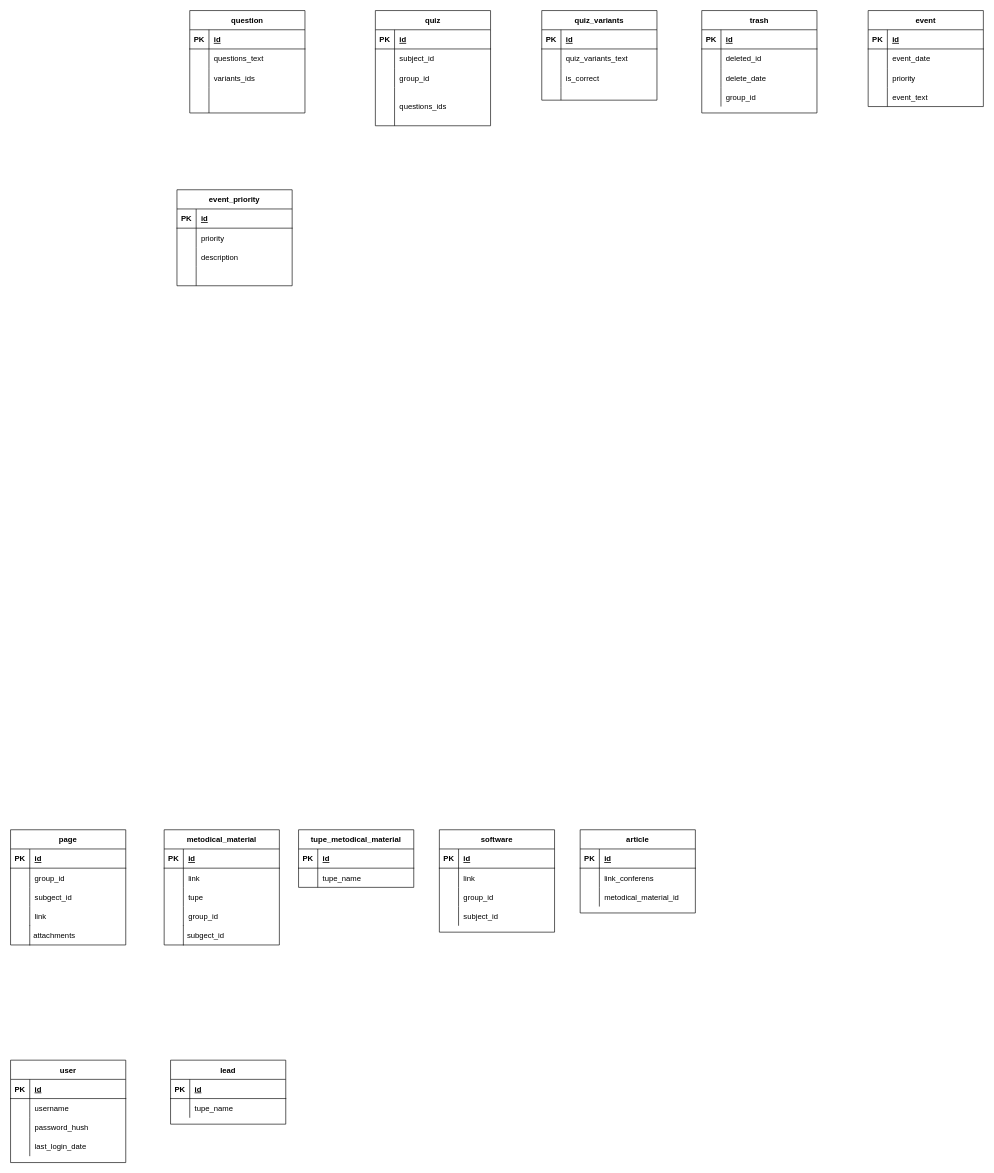
Above: Untitled Diagram.drawio in student-archive/backend (draw.io), before the change. Source tidied: cells renumbered, new cells numbered last; positions are measured from the earlier drawing's top-left corner, leaving out a move shared by most shapes. Both pictures are drawn from the tidied source at 64%, with x=0, y=0 at pixel (10, 10).
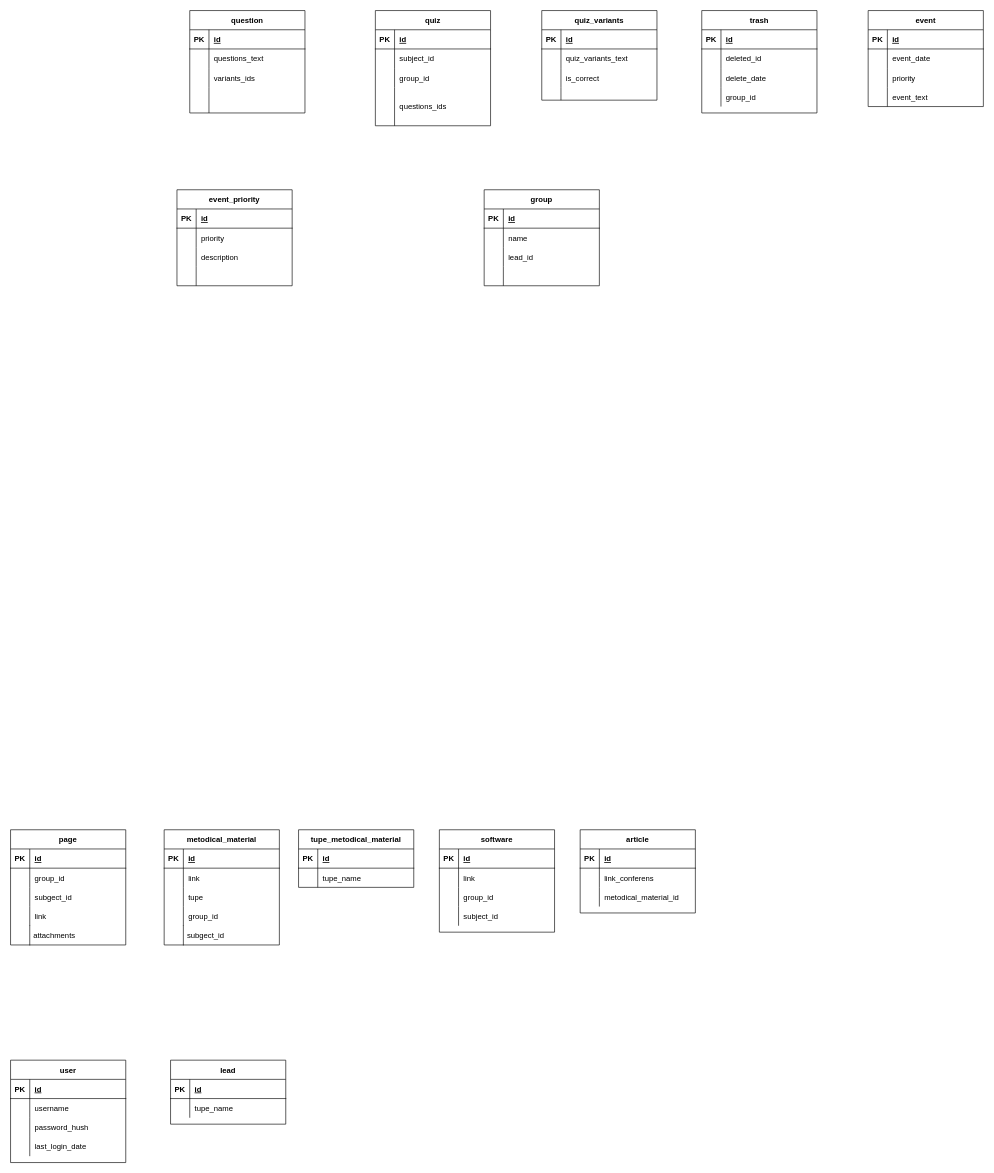
The same diagram, later.

Commit message:
feat(databases): add group table

The edit, as a diff of the source:
```diff
@@
+    <mxCell id="160" value="group" style="shape=table;startSize=30;childLayout=tableLayout;rowLines=0;fontStyle=1;align=center;" parent="1" vertex="1">
+      <mxGeometry x="740" y="280" width="180" height="150" as="geometry" />
+    </mxCell>
+    <mxCell id="161" style="shape=tableRow;horizontal=0;startSize=0;swimlaneHead=0;swimlaneBody=0;fillColor=none;top=0;left=0;right=0;bottom=1;" parent="160" vertex="1">
+      <mxGeometry y="30" width="180" height="30" as="geometry" />
+    </mxCell>
+    <mxCell id="162" value="PK" style="shape=partialRectangle;fillColor=none;top=0;left=0;bottom=0;right=0;fontStyle=1;overflow=hidden;" parent="161" vertex="1">
+      <mxGeometry width="30" height="30" as="geometry" />
+    </mxCell>
+    <mxCell id="163" value="id" style="shape=partialRectangle;fillColor=none;top=0;left=0;bottom=0;right=0;align=left;spacingLeft=6;fontStyle=5;overflow=hidden;" parent="161" vertex="1">
+      <mxGeometry x="30" width="150" height="30" as="geometry" />
+    </mxCell>
+    <mxCell id="164" style="shape=tableRow;horizontal=0;startSize=0;swimlaneHead=0;swimlaneBody=0;fillColor=none;top=0;left=0;right=0;bottom=0;" parent="160" vertex="1">
+      <mxGeometry y="60" width="180" height="30" as="geometry" />
+    </mxCell>
+    <mxCell id="165" style="shape=partialRectangle;fillColor=none;top=0;left=0;bottom=0;right=0;overflow=hidden;" parent="164" vertex="1">
+      <mxGeometry width="30" height="30" as="geometry" />
+    </mxCell>
+    <mxCell id="166" value="name" style="shape=partialRectangle;fillColor=none;top=0;left=0;bottom=0;right=0;align=left;spacingLeft=6;overflow=hidden;" parent="164" vertex="1">
+      <mxGeometry x="30" width="150" height="30" as="geometry" />
+    </mxCell>
+    <mxCell id="167" style="shape=tableRow;horizontal=0;startSize=0;swimlaneHead=0;swimlaneBody=0;fillColor=none;top=0;left=0;right=0;bottom=0;" parent="160" vertex="1">
+      <mxGeometry y="90" width="180" height="30" as="geometry" />
+    </mxCell>
+    <mxCell id="168" style="shape=partialRectangle;fillColor=none;top=0;left=0;bottom=0;right=0;overflow=hidden;" parent="167" vertex="1">
+      <mxGeometry width="30" height="30" as="geometry" />
+    </mxCell>
+    <mxCell id="169" value="lead_id" style="shape=partialRectangle;fillColor=none;top=0;left=0;bottom=0;right=0;align=left;spacingLeft=6;overflow=hidden;" parent="167" vertex="1">
+      <mxGeometry x="30" width="150" height="30" as="geometry" />
+    </mxCell>
+    <mxCell id="170" style="shape=tableRow;horizontal=0;startSize=0;swimlaneHead=0;swimlaneBody=0;fillColor=none;top=0;left=0;right=0;bottom=0;" parent="160" vertex="1">
+      <mxGeometry y="120" width="180" height="30" as="geometry" />
+    </mxCell>
+    <mxCell id="171" style="shape=partialRectangle;fillColor=none;top=0;left=0;bottom=0;right=0;overflow=hidden;" parent="170" vertex="1">
+      <mxGeometry width="30" height="30" as="geometry" />
+    </mxCell>
+    <mxCell id="172" style="shape=partialRectangle;fillColor=none;top=0;left=0;bottom=0;right=0;align=left;spacingLeft=6;overflow=hidden;" parent="170" vertex="1">
+      <mxGeometry x="30" width="150" height="30" as="geometry" />
+    </mxCell>
```
